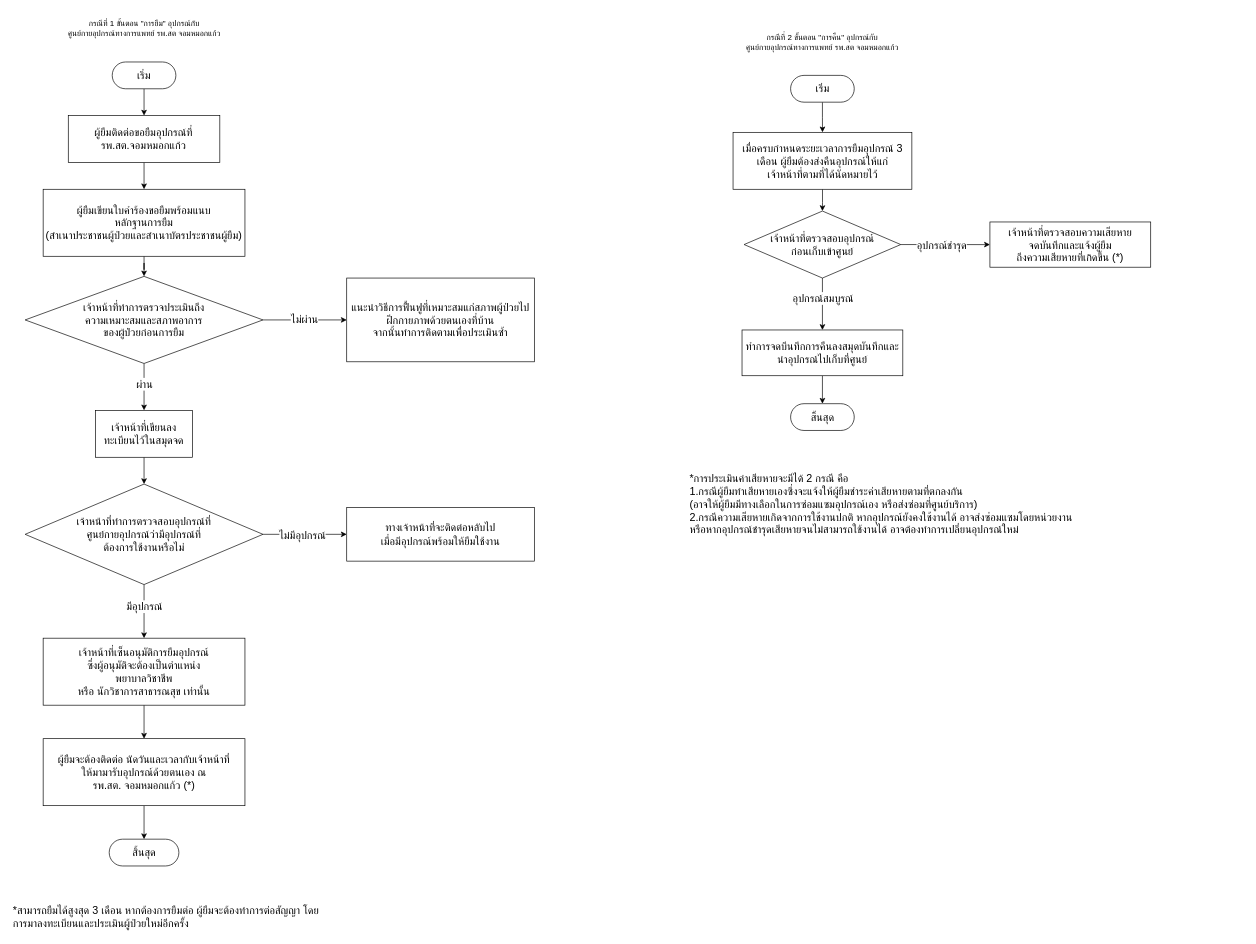
Before: old_system_flowchart.drawio in oown-mac/jmk_medstock_diagram, a draw.io diagram. Source tidied: cells renumbered, new cells numbered last; positions are measured from the earlier drawing's top-left corner, leaving out a move shared by most shapes. Both pictures are drawn from the tidied source at 67%, with x=0, y=0 at pixel (11, 11).
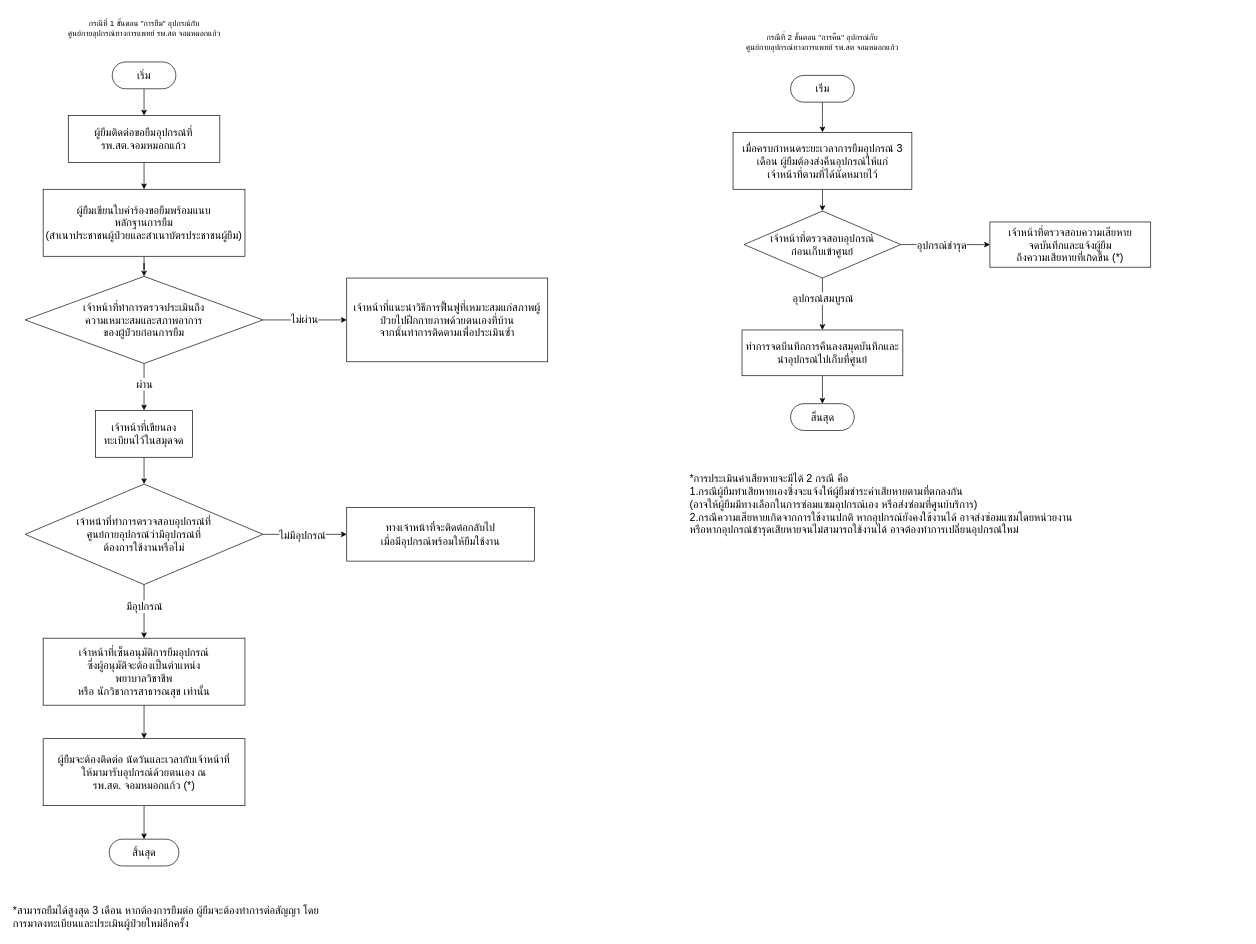
The same page after the edit.

Diff of the diagram source:
```diff
@@
-    <mxCell id="38" value="&lt;font style=&quot;font-size: 16px;&quot;&gt;แนะนำวิธีการฟื้นฟูที่เหมาะสมแก่สภาพผู้ป่วยไปฝึกกายภาพด้วยตนเองที่บ้าน&lt;/font&gt;&lt;div&gt;&lt;font style=&quot;font-size: 16px;&quot;&gt;จากนั้นทำการติดตามเพื่อประเมินซ้ำ&lt;/font&gt;&lt;/div&gt;" style="rounded=0;whiteSpace=wrap;html=1;" parent="1" vertex="1">
-      <mxGeometry x="500" y="397.5" width="280" height="125" as="geometry" />
+    <mxCell id="38" value="&lt;font style=&quot;font-size: 16px;&quot;&gt;เจ้าหน้าที่แนะนำวิธีการฟื้นฟูที่เหมาะสมแก่สภาพผู้ป่วยไปฝึกกายภาพด้วยตนเองที่บ้าน&lt;/font&gt;&lt;div&gt;&lt;font style=&quot;font-size: 16px;&quot;&gt;จากนั้นทำการติดตามเพื่อประเมินซ้ำ&lt;/font&gt;&lt;/div&gt;" style="rounded=0;whiteSpace=wrap;html=1;" parent="1" vertex="1">
+      <mxGeometry x="500" y="397.5" width="300" height="125" as="geometry" />
     </mxCell>
-    <mxCell id="39" value="&lt;font style=&quot;font-size: 16px;&quot;&gt;ทางเจ้าหน้าที่จะติดต่อหลับไป&lt;br&gt;เมื่อมีอุปกรณ์พร้อมให้ยืมใช้งาน&lt;/font&gt;" style="rounded=0;whiteSpace=wrap;html=1;" parent="1" vertex="1">
+    <mxCell id="39" value="&lt;font style=&quot;font-size: 16px;&quot;&gt;ทางเจ้าหน้าที่จะติดต่อกลับไป&lt;br&gt;เมื่อมีอุปกรณ์พร้อมให้ยืมใช้งาน&lt;/font&gt;" style="rounded=0;whiteSpace=wrap;html=1;" parent="1" vertex="1">
       <mxGeometry x="500" y="740" width="280" height="80" as="geometry" />
     </mxCell>
```
